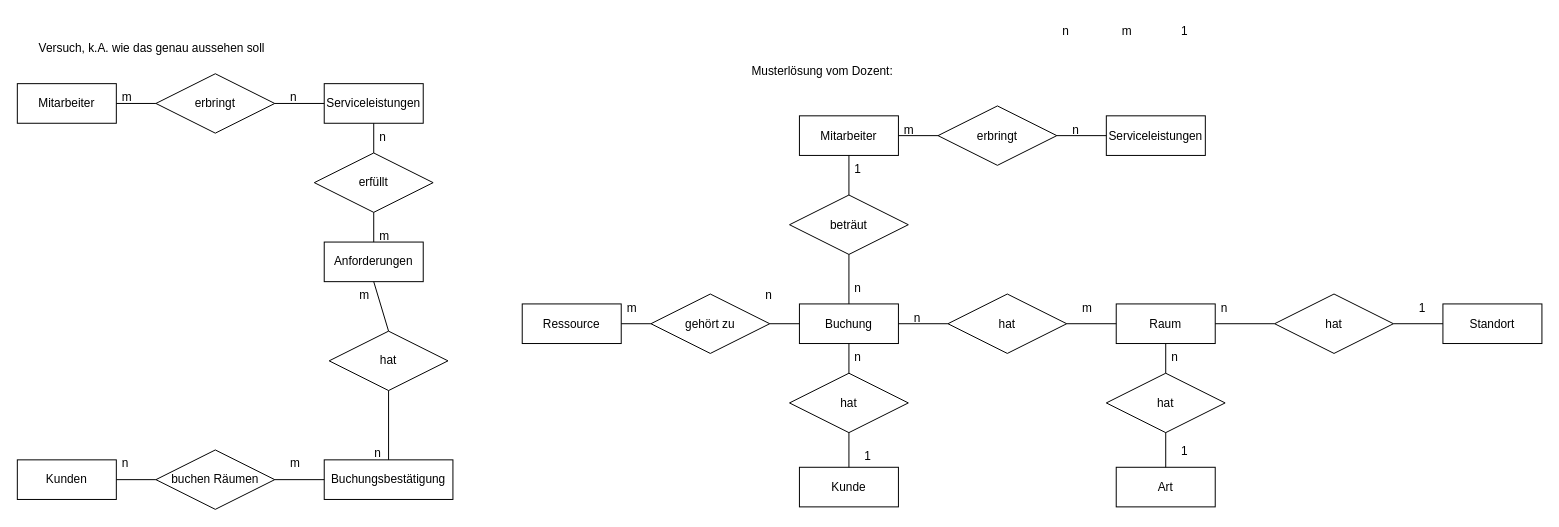
cjanta/ap2 keeps this draw.io diagram as bartholot/normalisierung/UE_03_ER-Model/UE_03_Loesung_ER-Model.drawio. Above is the earlier version. Source tidied: cells renumbered, new cells numbered last; positions are measured from the earlier drawing's top-left corner, leaving out a move shared by most shapes. Both pictures are drawn from the tidied source at 99%, with x=0, y=0 at pixel (17, 16).
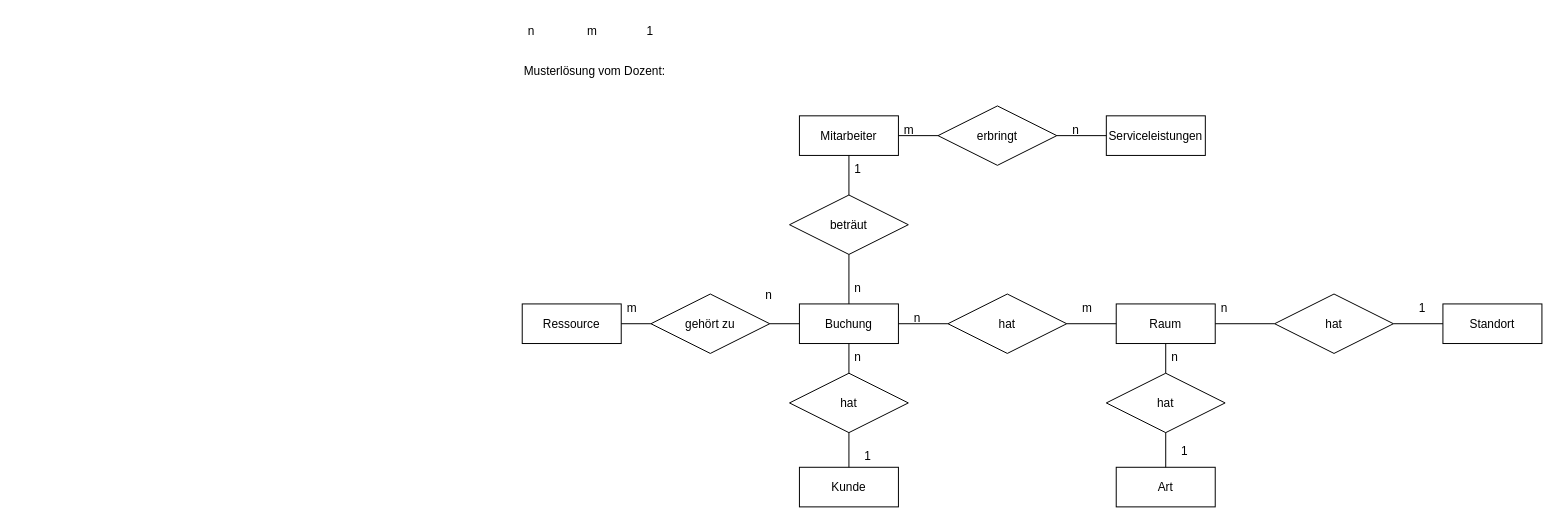
Above is the later version.

What changed in the source:
```diff
@@
-    <mxCell id="2" value="Serviceleistungen" style="whiteSpace=wrap;html=1;align=center;" parent="1" vertex="1">
-      <mxGeometry x="310" y="68" width="100" height="40" as="geometry" />
-    </mxCell>
-    <mxCell id="3" value="Mitarbeiter" style="whiteSpace=wrap;html=1;align=center;" parent="1" vertex="1">
-      <mxGeometry y="68" width="100" height="40" as="geometry" />
-    </mxCell>
-    <mxCell id="4" value="erbringt" style="shape=rhombus;perimeter=rhombusPerimeter;whiteSpace=wrap;html=1;align=center;" parent="1" vertex="1">
-      <mxGeometry x="140" y="58" width="120" height="60" as="geometry" />
-    </mxCell>
-    <mxCell id="5" style="endArrow=none;html=1;rounded=0;exitX=1;exitY=0.5;exitDx=0;exitDy=0;entryX=0;entryY=0.5;entryDx=0;entryDy=0;" parent="1" edge="1" source="4" target="2">
-      <mxGeometry relative="1" as="geometry" />
-    </mxCell>
-    <mxCell id="6" style="endArrow=none;html=1;rounded=0;exitX=1;exitY=0.5;exitDx=0;exitDy=0;entryX=0;entryY=0.5;entryDx=0;entryDy=0;" parent="1" edge="1" source="3" target="4">
-      <mxGeometry relative="1" as="geometry" />
-    </mxCell>
-    <mxCell id="7" value="m" style="text;strokeColor=none;fillColor=none;spacingLeft=4;spacingRight=4;overflow=hidden;fontSize=12;whiteSpace=wrap;html=1;" parent="1" vertex="1">
-      <mxGeometry x="100" y="68" width="40" height="30" as="geometry" />
-    </mxCell>
-    <mxCell id="8" value="n" style="text;strokeColor=none;fillColor=none;spacingLeft=4;spacingRight=4;overflow=hidden;fontSize=12;whiteSpace=wrap;html=1;" parent="1" vertex="1">
-      <mxGeometry x="270" y="68" width="40" height="30" as="geometry" />
-    </mxCell>
-    <mxCell id="9" value="Anforderungen" style="whiteSpace=wrap;html=1;align=center;" parent="1" vertex="1">
-      <mxGeometry x="310" y="228" width="100" height="40" as="geometry" />
-    </mxCell>
-    <mxCell id="10" value="Buchungsbestätigung" style="whiteSpace=wrap;html=1;align=center;" parent="1" vertex="1">
-      <mxGeometry x="310" y="448" width="130" height="40" as="geometry" />
-    </mxCell>
-    <mxCell id="11" value="erfüllt" style="shape=rhombus;perimeter=rhombusPerimeter;whiteSpace=wrap;html=1;align=center;" parent="1" vertex="1">
-      <mxGeometry x="300" y="138" width="120" height="60" as="geometry" />
-    </mxCell>
-    <mxCell id="12" style="endArrow=none;html=1;rounded=0;exitX=0.5;exitY=1;exitDx=0;exitDy=0;entryX=0.5;entryY=0;entryDx=0;entryDy=0;" parent="1" edge="1" source="2" target="11">
-      <mxGeometry relative="1" as="geometry" />
-    </mxCell>
-    <mxCell id="13" style="endArrow=none;html=1;rounded=0;exitX=0.5;exitY=1;exitDx=0;exitDy=0;entryX=0.5;entryY=0;entryDx=0;entryDy=0;" parent="1" edge="1" source="11" target="9">
-      <mxGeometry relative="1" as="geometry" />
-    </mxCell>
-    <mxCell id="14" value="Kunden" style="whiteSpace=wrap;html=1;align=center;" parent="1" vertex="1">
-      <mxGeometry y="448" width="100" height="40" as="geometry" />
-    </mxCell>
-    <mxCell id="15" style="endArrow=none;html=1;rounded=0;exitX=1;exitY=0.5;exitDx=0;exitDy=0;entryX=0;entryY=0.5;entryDx=0;entryDy=0;" parent="1" edge="1" source="14" target="16">
-      <mxGeometry relative="1" as="geometry" />
-    </mxCell>
-    <mxCell id="16" value="buchen Räumen" style="shape=rhombus;perimeter=rhombusPerimeter;whiteSpace=wrap;html=1;align=center;" parent="1" vertex="1">
-      <mxGeometry x="140" y="438" width="120" height="60" as="geometry" />
-    </mxCell>
-    <mxCell id="17" style="endArrow=none;html=1;rounded=0;exitX=1;exitY=0.5;exitDx=0;exitDy=0;entryX=0;entryY=0.5;entryDx=0;entryDy=0;" parent="1" edge="1" source="16" target="10">
-      <mxGeometry relative="1" as="geometry" />
-    </mxCell>
-    <mxCell id="18" value="n" style="text;strokeColor=none;fillColor=none;spacingLeft=4;spacingRight=4;overflow=hidden;fontSize=12;whiteSpace=wrap;html=1;" parent="1" vertex="1">
-      <mxGeometry x="100" y="438" width="40" height="30" as="geometry" />
-    </mxCell>
-    <mxCell id="19" value="m" style="text;strokeColor=none;fillColor=none;spacingLeft=4;spacingRight=4;overflow=hidden;fontSize=12;whiteSpace=wrap;html=1;" parent="1" vertex="1">
-      <mxGeometry x="360" y="208" width="40" height="30" as="geometry" />
-    </mxCell>
-    <mxCell id="20" value="n" style="text;strokeColor=none;fillColor=none;spacingLeft=4;spacingRight=4;overflow=hidden;fontSize=12;whiteSpace=wrap;html=1;" parent="1" vertex="1">
-      <mxGeometry x="360" y="108" width="40" height="30" as="geometry" />
-    </mxCell>
-    <mxCell id="21" value="m" style="text;strokeColor=none;fillColor=none;spacingLeft=4;spacingRight=4;overflow=hidden;fontSize=12;whiteSpace=wrap;html=1;" parent="1" vertex="1">
-      <mxGeometry x="270" y="438" width="40" height="30" as="geometry" />
-    </mxCell>
-    <mxCell id="22" value="hat" style="shape=rhombus;perimeter=rhombusPerimeter;whiteSpace=wrap;html=1;align=center;" parent="1" vertex="1">
-      <mxGeometry x="315" y="318" width="120" height="60" as="geometry" />
-    </mxCell>
-    <mxCell id="23" style="endArrow=none;html=1;rounded=0;exitX=0.5;exitY=0;exitDx=0;exitDy=0;entryX=0.5;entryY=1;entryDx=0;entryDy=0;" parent="1" edge="1" source="10" target="22">
-      <mxGeometry relative="1" as="geometry" />
-    </mxCell>
-    <mxCell id="24" style="endArrow=none;html=1;rounded=0;exitX=0.5;exitY=0;exitDx=0;exitDy=0;entryX=0.5;entryY=1;entryDx=0;entryDy=0;" parent="1" edge="1" source="22" target="9">
-      <mxGeometry relative="1" as="geometry" />
-    </mxCell>
-    <mxCell id="25" value="n" style="text;strokeColor=none;fillColor=none;spacingLeft=4;spacingRight=4;overflow=hidden;fontSize=12;whiteSpace=wrap;html=1;" parent="1" vertex="1">
-      <mxGeometry x="355" y="428" width="40" height="30" as="geometry" />
-    </mxCell>
-    <mxCell id="26" value="m" style="text;strokeColor=none;fillColor=none;spacingLeft=4;spacingRight=4;overflow=hidden;fontSize=12;whiteSpace=wrap;html=1;" parent="1" vertex="1">
-      <mxGeometry x="340" y="268" width="40" height="30" as="geometry" />
-    </mxCell>
-    <mxCell id="27" value="Versuch, k.A. wie das genau aussehen soll" style="text;html=1;align=left;verticalAlign=middle;whiteSpace=wrap;rounded=0;" parent="1" vertex="1">
-      <mxGeometry x="20" y="18" width="290" height="30" as="geometry" />
-    </mxCell>
     <mxCell id="28" value="Musterlösung vom Dozent:" style="text;html=1;align=left;verticalAlign=middle;whiteSpace=wrap;rounded=0;" parent="1" vertex="1">
-      <mxGeometry x="740" y="40.5" width="290" height="30" as="geometry" />
+      <mxGeometry x="510" y="40.5" width="290" height="30" as="geometry" />
     </mxCell>
@@
     <mxCell id="43" value="n" style="text;strokeColor=none;fillColor=none;spacingLeft=4;spacingRight=4;overflow=hidden;fontSize=12;whiteSpace=wrap;html=1;" parent="1" vertex="1">
-      <mxGeometry x="1050" y="0.5" width="40" height="30" as="geometry" />
+      <mxGeometry x="510" y="0.5" width="40" height="30" as="geometry" />
     </mxCell>
     <mxCell id="44" value="m" style="text;strokeColor=none;fillColor=none;spacingLeft=4;spacingRight=4;overflow=hidden;fontSize=12;whiteSpace=wrap;html=1;" parent="1" vertex="1">
-      <mxGeometry x="1110" y="0.5" width="40" height="30" as="geometry" />
+      <mxGeometry x="570" y="0.5" width="40" height="30" as="geometry" />
     </mxCell>
     <mxCell id="45" value="1" style="text;strokeColor=none;fillColor=none;spacingLeft=4;spacingRight=4;overflow=hidden;fontSize=12;whiteSpace=wrap;html=1;" parent="1" vertex="1">
-      <mxGeometry x="1170" y="0.5" width="40" height="30" as="geometry" />
+      <mxGeometry x="630" y="0.5" width="40" height="30" as="geometry" />
     </mxCell>
```
